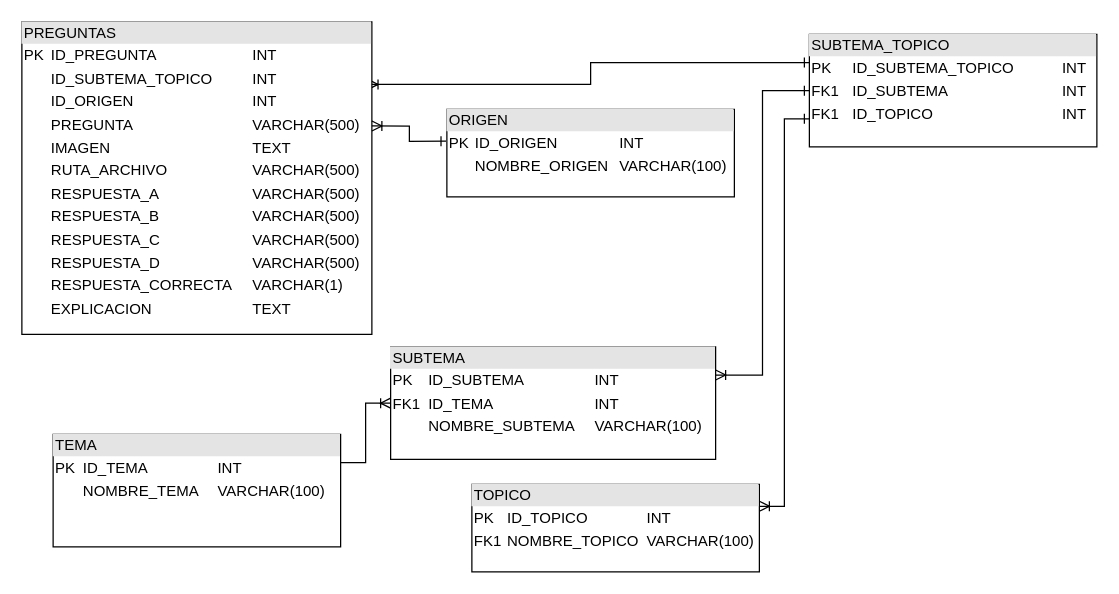
Above: DIAGRAMAS/DIAGRAMA_BD_UML_EXAMTESTER.drawio in AlejandroSaul/ExamTester (draw.io), before the change. Source tidied: cells renumbered, new cells numbered last; positions are measured from the earlier drawing's top-left corner, leaving out a move shared by most shapes. Both pictures are drawn from the tidied source at 125%, with x=0, y=0 at pixel (21, 21).
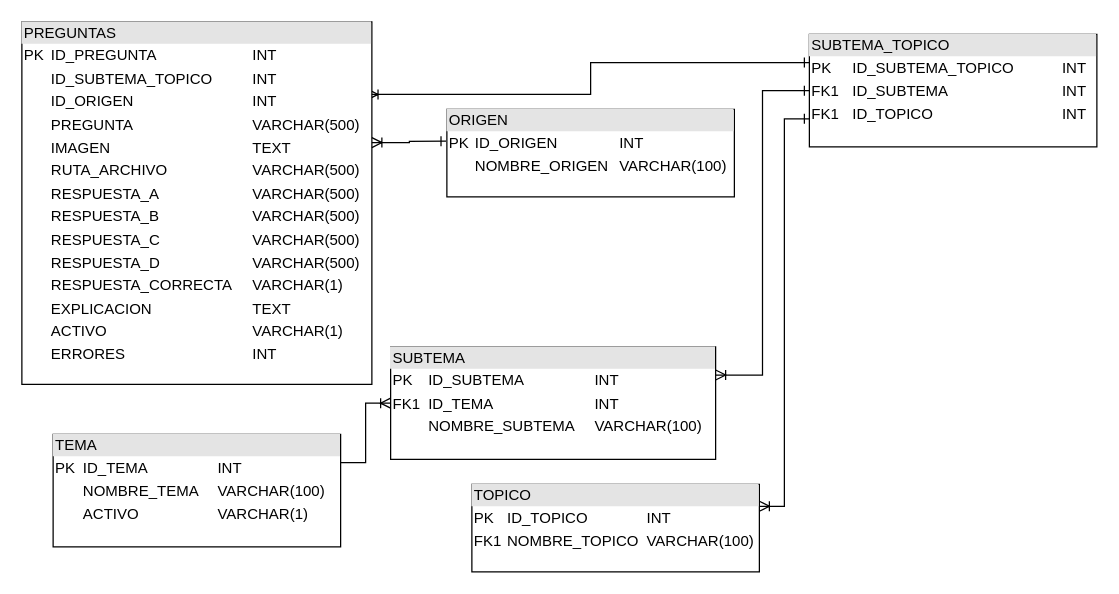
Above is the later version.

Diff of the diagram source:
```diff
@@
 <mxGraphModel>
   <root>
     <mxCell id="0" />
     <mxCell id="1" parent="0" />
     <mxCell id="2" style="edgeStyle=orthogonalEdgeStyle;rounded=0;jettySize=auto;html=1;entryX=0;entryY=0.5;entryDx=0;entryDy=0;endArrow=ERoneToMany;endFill=0;exitX=1;exitY=0.25;exitDx=0;exitDy=0;" parent="1" edge="1" source="3" target="5">
       <mxGeometry relative="1" as="geometry" />
     </mxCell>
-    <mxCell id="3" value="&lt;div style=&quot;box-sizing: border-box; width: 100%; background: rgb(228, 228, 228); padding: 2px;&quot;&gt;TEMA&lt;/div&gt;&lt;table style=&quot;width:100%;font-size:1em;&quot; cellpadding=&quot;2&quot; cellspacing=&quot;0&quot;&gt;&lt;tbody&gt;&lt;tr&gt;&lt;td&gt;PK&lt;/td&gt;&lt;td&gt;ID_TEMA&lt;/td&gt;&lt;td&gt;INT&lt;/td&gt;&lt;/tr&gt;&lt;tr&gt;&lt;td&gt;&lt;br&gt;&lt;/td&gt;&lt;td&gt;NOMBRE_TEMA&lt;/td&gt;&lt;td&gt;VARCHAR(100)&lt;/td&gt;&lt;/tr&gt;&lt;/tbody&gt;&lt;/table&gt;" style="verticalAlign=top;align=left;overflow=fill;html=1;whiteSpace=wrap;" parent="1" vertex="1">
+    <mxCell id="3" value="&lt;div style=&quot;box-sizing: border-box; width: 100%; background: rgb(228, 228, 228); padding: 2px;&quot;&gt;TEMA&lt;/div&gt;&lt;table style=&quot;width:100%;font-size:1em;&quot; cellpadding=&quot;2&quot; cellspacing=&quot;0&quot;&gt;&lt;tbody&gt;&lt;tr&gt;&lt;td&gt;PK&lt;/td&gt;&lt;td&gt;ID_TEMA&lt;/td&gt;&lt;td&gt;INT&lt;/td&gt;&lt;/tr&gt;&lt;tr&gt;&lt;td&gt;&lt;br&gt;&lt;/td&gt;&lt;td&gt;NOMBRE_TEMA&lt;/td&gt;&lt;td&gt;VARCHAR(100)&lt;/td&gt;&lt;/tr&gt;&lt;tr&gt;&lt;td&gt;&lt;br&gt;&lt;/td&gt;&lt;td&gt;ACTIVO&lt;/td&gt;&lt;td&gt;VARCHAR(1)&lt;/td&gt;&lt;/tr&gt;&lt;/tbody&gt;&lt;/table&gt;" style="verticalAlign=top;align=left;overflow=fill;html=1;whiteSpace=wrap;" parent="1" vertex="1">
       <mxGeometry x="25" y="330" width="230" height="90" as="geometry" />
     </mxCell>
     <mxCell id="4" style="edgeStyle=orthogonalEdgeStyle;rounded=0;jettySize=auto;html=1;entryX=0;entryY=0.5;entryDx=0;entryDy=0;exitX=1;exitY=0.25;exitDx=0;exitDy=0;endArrow=ERone;endFill=0;startArrow=ERoneToMany;startFill=0;" parent="1" edge="1" source="5" target="8">
       <mxGeometry relative="1" as="geometry" />
     </mxCell>
     <mxCell id="5" value="&lt;div style=&quot;box-sizing: border-box; width: 100%; background: rgb(228, 228, 228); padding: 2px;&quot;&gt;SUBTEMA&lt;/div&gt;&lt;table style=&quot;width:100%;font-size:1em;&quot; cellpadding=&quot;2&quot; cellspacing=&quot;0&quot;&gt;&lt;tbody&gt;&lt;tr&gt;&lt;td&gt;PK&lt;/td&gt;&lt;td&gt;ID_SUBTEMA&lt;/td&gt;&lt;td&gt;INT&lt;/td&gt;&lt;/tr&gt;&lt;tr&gt;&lt;td&gt;FK1&lt;/td&gt;&lt;td&gt;ID_TEMA&lt;/td&gt;&lt;td&gt;INT&lt;/td&gt;&lt;/tr&gt;&lt;tr&gt;&lt;td&gt;&lt;/td&gt;&lt;td&gt;NOMBRE_SUBTEMA&lt;/td&gt;&lt;td&gt;VARCHAR(100)&lt;/td&gt;&lt;/tr&gt;&lt;/tbody&gt;&lt;/table&gt;" style="verticalAlign=top;align=left;overflow=fill;html=1;whiteSpace=wrap;" parent="1" vertex="1">
       <mxGeometry x="295" y="260" width="260" height="90" as="geometry" />
     </mxCell>
     <mxCell id="6" value="&lt;div style=&quot;box-sizing: border-box; width: 100%; background: rgb(228, 228, 228); padding: 2px;&quot;&gt;TOPICO&lt;/div&gt;&lt;table style=&quot;width:100%;font-size:1em;&quot; cellpadding=&quot;2&quot; cellspacing=&quot;0&quot;&gt;&lt;tbody&gt;&lt;tr&gt;&lt;td&gt;PK&lt;/td&gt;&lt;td&gt;ID_TOPICO&lt;/td&gt;&lt;td&gt;INT&lt;/td&gt;&lt;/tr&gt;&lt;tr&gt;&lt;td&gt;FK1&lt;/td&gt;&lt;td&gt;NOMBRE_TOPICO&lt;/td&gt;&lt;td&gt;VARCHAR(100)&lt;/td&gt;&lt;/tr&gt;&lt;/tbody&gt;&lt;/table&gt;" style="verticalAlign=top;align=left;overflow=fill;html=1;whiteSpace=wrap;" parent="1" vertex="1">
       <mxGeometry x="360" y="370" width="230" height="70" as="geometry" />
     </mxCell>
     <mxCell id="7" style="edgeStyle=orthogonalEdgeStyle;rounded=0;jettySize=auto;html=1;entryX=1;entryY=0.25;entryDx=0;entryDy=0;exitX=0;exitY=0.75;exitDx=0;exitDy=0;endArrow=ERoneToMany;endFill=0;startArrow=ERone;startFill=0;" parent="1" edge="1" source="8" target="6">
       <mxGeometry relative="1" as="geometry" />
     </mxCell>
     <mxCell id="8" value="&lt;div style=&quot;box-sizing: border-box; width: 100%; background: rgb(228, 228, 228); padding: 2px;&quot;&gt;SUBTEMA_TOPICO&lt;/div&gt;&lt;table style=&quot;width:100%;font-size:1em;&quot; cellpadding=&quot;2&quot; cellspacing=&quot;0&quot;&gt;&lt;tbody&gt;&lt;tr&gt;&lt;td&gt;PK&lt;/td&gt;&lt;td&gt;ID_SUBTEMA_TOPICO&lt;/td&gt;&lt;td&gt;INT&lt;/td&gt;&lt;/tr&gt;&lt;tr&gt;&lt;td&gt;FK1&lt;/td&gt;&lt;td&gt;ID_SUBTEMA&lt;/td&gt;&lt;td&gt;INT&lt;/td&gt;&lt;/tr&gt;&lt;tr&gt;&lt;td&gt;FK1&lt;/td&gt;&lt;td&gt;ID_TOPICO&lt;/td&gt;&lt;td&gt;INT&lt;/td&gt;&lt;/tr&gt;&lt;/tbody&gt;&lt;/table&gt;" style="verticalAlign=top;align=left;overflow=fill;html=1;whiteSpace=wrap;" parent="1" vertex="1">
       <mxGeometry x="630" y="10" width="230" height="90" as="geometry" />
     </mxCell>
     <mxCell id="9" style="edgeStyle=orthogonalEdgeStyle;rounded=0;jettySize=auto;html=1;entryX=0;entryY=0.25;entryDx=0;entryDy=0;exitX=0.989;exitY=0.2;exitDx=0;exitDy=0;exitPerimeter=0;endArrow=ERone;endFill=0;startArrow=ERoneToMany;startFill=0;" parent="1" edge="1" source="10" target="8">
       <mxGeometry relative="1" as="geometry" />
     </mxCell>
-    <mxCell id="10" value="&lt;div style=&quot;box-sizing: border-box; width: 100%; background: rgb(228, 228, 228); padding: 2px;&quot;&gt;PREGUNTAS&lt;/div&gt;&lt;table style=&quot;width:100%;font-size:1em;&quot; cellpadding=&quot;2&quot; cellspacing=&quot;0&quot;&gt;&lt;tbody&gt;&lt;tr&gt;&lt;td&gt;PK&lt;/td&gt;&lt;td&gt;ID_PREGUNTA&lt;/td&gt;&lt;td&gt;INT&lt;/td&gt;&lt;/tr&gt;&lt;tr&gt;&lt;td&gt;&lt;br&gt;&lt;/td&gt;&lt;td&gt;ID_SUBTEMA_TOPICO&lt;/td&gt;&lt;td&gt;INT&lt;/td&gt;&lt;/tr&gt;&lt;tr&gt;&lt;td&gt;&lt;br&gt;&lt;/td&gt;&lt;td&gt;ID_ORIGEN&lt;/td&gt;&lt;td&gt;INT&lt;/td&gt;&lt;/tr&gt;&lt;tr&gt;&lt;td&gt;&lt;br&gt;&lt;/td&gt;&lt;td&gt;PREGUNTA&lt;/td&gt;&lt;td&gt;VARCHAR(500)&lt;/td&gt;&lt;/tr&gt;&lt;tr&gt;&lt;td&gt;&lt;br&gt;&lt;/td&gt;&lt;td&gt;IMAGEN&lt;/td&gt;&lt;td&gt;TEXT&lt;/td&gt;&lt;/tr&gt;&lt;tr&gt;&lt;td&gt;&lt;br&gt;&lt;/td&gt;&lt;td&gt;RUTA_ARCHIVO&lt;/td&gt;&lt;td&gt;VARCHAR(500)&lt;/td&gt;&lt;/tr&gt;&lt;tr&gt;&lt;td&gt;&lt;br&gt;&lt;/td&gt;&lt;td&gt;RESPUESTA_A&lt;/td&gt;&lt;td&gt;VARCHAR(500)&lt;/td&gt;&lt;/tr&gt;&lt;tr&gt;&lt;td&gt;&lt;br&gt;&lt;/td&gt;&lt;td&gt;RESPUESTA_B&lt;/td&gt;&lt;td&gt;VARCHAR(500)&lt;/td&gt;&lt;/tr&gt;&lt;tr&gt;&lt;td&gt;&lt;br&gt;&lt;/td&gt;&lt;td&gt;RESPUESTA_C&lt;/td&gt;&lt;td&gt;VARCHAR(500)&lt;/td&gt;&lt;/tr&gt;&lt;tr&gt;&lt;td&gt;&lt;br&gt;&lt;/td&gt;&lt;td&gt;RESPUESTA_D&lt;/td&gt;&lt;td&gt;VARCHAR(500)&lt;/td&gt;&lt;/tr&gt;&lt;tr&gt;&lt;td&gt;&lt;br&gt;&lt;/td&gt;&lt;td&gt;RESPUESTA_CORRECTA&lt;/td&gt;&lt;td&gt;VARCHAR(1)&lt;/td&gt;&lt;/tr&gt;&lt;tr&gt;&lt;td&gt;&lt;br&gt;&lt;/td&gt;&lt;td&gt;EXPLICACION&lt;/td&gt;&lt;td&gt;TEXT&lt;/td&gt;&lt;/tr&gt;&lt;/tbody&gt;&lt;/table&gt;" style="verticalAlign=top;align=left;overflow=fill;html=1;whiteSpace=wrap;" parent="1" vertex="1">
-      <mxGeometry width="280" height="250" as="geometry" />
+    <mxCell id="10" value="&lt;div style=&quot;box-sizing: border-box; width: 100%; background: rgb(228, 228, 228); padding: 2px;&quot;&gt;PREGUNTAS&lt;/div&gt;&lt;table style=&quot;width:100%;font-size:1em;&quot; cellpadding=&quot;2&quot; cellspacing=&quot;0&quot;&gt;&lt;tbody&gt;&lt;tr&gt;&lt;td&gt;PK&lt;/td&gt;&lt;td&gt;ID_PREGUNTA&lt;/td&gt;&lt;td&gt;INT&lt;/td&gt;&lt;/tr&gt;&lt;tr&gt;&lt;td&gt;&lt;br&gt;&lt;/td&gt;&lt;td&gt;ID_SUBTEMA_TOPICO&lt;/td&gt;&lt;td&gt;INT&lt;/td&gt;&lt;/tr&gt;&lt;tr&gt;&lt;td&gt;&lt;br&gt;&lt;/td&gt;&lt;td&gt;ID_ORIGEN&lt;/td&gt;&lt;td&gt;INT&lt;/td&gt;&lt;/tr&gt;&lt;tr&gt;&lt;td&gt;&lt;br&gt;&lt;/td&gt;&lt;td&gt;PREGUNTA&lt;/td&gt;&lt;td&gt;VARCHAR(500)&lt;/td&gt;&lt;/tr&gt;&lt;tr&gt;&lt;td&gt;&lt;br&gt;&lt;/td&gt;&lt;td&gt;IMAGEN&lt;/td&gt;&lt;td&gt;TEXT&lt;/td&gt;&lt;/tr&gt;&lt;tr&gt;&lt;td&gt;&lt;br&gt;&lt;/td&gt;&lt;td&gt;RUTA_ARCHIVO&lt;/td&gt;&lt;td&gt;VARCHAR(500)&lt;/td&gt;&lt;/tr&gt;&lt;tr&gt;&lt;td&gt;&lt;br&gt;&lt;/td&gt;&lt;td&gt;RESPUESTA_A&lt;/td&gt;&lt;td&gt;VARCHAR(500)&lt;/td&gt;&lt;/tr&gt;&lt;tr&gt;&lt;td&gt;&lt;br&gt;&lt;/td&gt;&lt;td&gt;RESPUESTA_B&lt;/td&gt;&lt;td&gt;VARCHAR(500)&lt;/td&gt;&lt;/tr&gt;&lt;tr&gt;&lt;td&gt;&lt;br&gt;&lt;/td&gt;&lt;td&gt;RESPUESTA_C&lt;/td&gt;&lt;td&gt;VARCHAR(500)&lt;/td&gt;&lt;/tr&gt;&lt;tr&gt;&lt;td&gt;&lt;br&gt;&lt;/td&gt;&lt;td&gt;RESPUESTA_D&lt;/td&gt;&lt;td&gt;VARCHAR(500)&lt;/td&gt;&lt;/tr&gt;&lt;tr&gt;&lt;td&gt;&lt;br&gt;&lt;/td&gt;&lt;td&gt;RESPUESTA_CORRECTA&lt;/td&gt;&lt;td&gt;VARCHAR(1)&lt;/td&gt;&lt;/tr&gt;&lt;tr&gt;&lt;td&gt;&lt;br&gt;&lt;/td&gt;&lt;td&gt;EXPLICACION&lt;/td&gt;&lt;td&gt;TEXT&lt;/td&gt;&lt;/tr&gt;&lt;tr&gt;&lt;td&gt;&lt;br&gt;&lt;/td&gt;&lt;td&gt;ACTIVO&lt;/td&gt;&lt;td&gt;VARCHAR(1)&lt;/td&gt;&lt;/tr&gt;&lt;tr&gt;&lt;td&gt;&lt;br&gt;&lt;/td&gt;&lt;td&gt;ERRORES&lt;/td&gt;&lt;td&gt;INT&lt;/td&gt;&lt;/tr&gt;&lt;/tbody&gt;&lt;/table&gt;" style="verticalAlign=top;align=left;overflow=fill;html=1;whiteSpace=wrap;" parent="1" vertex="1">
+      <mxGeometry width="280" height="290" as="geometry" />
     </mxCell>
     <mxCell id="11" value="&lt;div style=&quot;box-sizing: border-box; width: 100%; background: rgb(228, 228, 228); padding: 2px;&quot;&gt;ORIGEN&lt;/div&gt;&lt;table style=&quot;width:100%;font-size:1em;&quot; cellpadding=&quot;2&quot; cellspacing=&quot;0&quot;&gt;&lt;tbody&gt;&lt;tr&gt;&lt;td&gt;PK&lt;/td&gt;&lt;td&gt;ID_ORIGEN&lt;/td&gt;&lt;td&gt;INT&lt;/td&gt;&lt;/tr&gt;&lt;tr&gt;&lt;td&gt;&lt;br&gt;&lt;/td&gt;&lt;td&gt;NOMBRE_ORIGEN&lt;/td&gt;&lt;td&gt;VARCHAR(100)&lt;/td&gt;&lt;/tr&gt;&lt;/tbody&gt;&lt;/table&gt;" style="verticalAlign=top;align=left;overflow=fill;html=1;whiteSpace=wrap;" parent="1" vertex="1">
       <mxGeometry x="340" y="70" width="230" height="70" as="geometry" />
     </mxCell>
     <mxCell id="12" style="edgeStyle=orthogonalEdgeStyle;rounded=0;jettySize=auto;html=1;entryX=-0.003;entryY=0.364;entryDx=0;entryDy=0;entryPerimeter=0;endArrow=ERone;endFill=0;startArrow=ERoneToMany;startFill=0;exitX=1;exitY=0.333;exitDx=0;exitDy=0;exitPerimeter=0;" parent="1" edge="1" source="10" target="11">
       <mxGeometry relative="1" as="geometry" />
     </mxCell>
   </root>
 </mxGraphModel>
```
